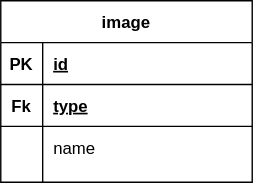
This is database.svg from Roman-cpp/site_branko, a draw.io export, as it was before one commit. Source tidied: cells renumbered, new cells last; positions are measured from the earlier drawing's top-left corner, leaving out a move shared by most shapes. Its diagram source:
```xml
<mxGraphModel>
  <root>
    <mxCell id="0" />
    <mxCell id="1" parent="0" />
    <mxCell id="2" value="image" style="shape=table;startSize=30;rowLines=0;fontStyle=1;align=center;" parent="1" vertex="1">
      <mxGeometry width="180" height="130" as="geometry" />
    </mxCell>
    <mxCell id="3" style="shape=partialRectangle;fillColor=none;top=0;left=0;bottom=1;right=0;" parent="2" vertex="1">
      <mxGeometry y="30" width="180" height="30" as="geometry" />
    </mxCell>
    <mxCell id="4" value="PK" style="shape=partialRectangle;fillColor=none;top=0;left=0;bottom=0;right=0;fontStyle=1;overflow=hidden;" parent="3" vertex="1">
      <mxGeometry width="30" height="30" as="geometry" />
    </mxCell>
    <mxCell id="5" value="id" style="shape=partialRectangle;fillColor=none;top=0;left=0;bottom=0;right=0;align=left;spacingLeft=6;fontStyle=5;overflow=hidden;" parent="3" vertex="1">
      <mxGeometry x="30" width="150" height="30" as="geometry" />
    </mxCell>
    <mxCell id="6" style="shape=partialRectangle;fillColor=none;top=0;left=0;bottom=1;right=0;" parent="2" vertex="1">
      <mxGeometry y="60" width="180" height="30" as="geometry" />
    </mxCell>
    <mxCell id="7" value="Fk" style="shape=partialRectangle;fillColor=none;top=0;left=0;bottom=0;right=0;fontStyle=1;overflow=hidden;" parent="6" vertex="1">
      <mxGeometry width="30" height="30" as="geometry" />
    </mxCell>
    <mxCell id="8" value="type" style="shape=partialRectangle;fillColor=none;top=0;left=0;bottom=0;right=0;align=left;spacingLeft=6;fontStyle=5;overflow=hidden;" parent="6" vertex="1">
      <mxGeometry x="30" width="150" height="30" as="geometry" />
    </mxCell>
    <mxCell id="9" style="shape=partialRectangle;fillColor=none;top=0;left=0;bottom=0;right=0;" parent="2" vertex="1">
      <mxGeometry y="90" width="180" height="30" as="geometry" />
    </mxCell>
    <mxCell id="10" style="shape=partialRectangle;fillColor=none;top=0;left=0;bottom=0;right=0;overflow=hidden;" parent="9" vertex="1">
      <mxGeometry width="30" height="30" as="geometry" />
    </mxCell>
    <mxCell id="11" value="name" style="shape=partialRectangle;fillColor=none;top=0;left=0;bottom=0;right=0;align=left;spacingLeft=6;overflow=hidden;" parent="9" vertex="1">
      <mxGeometry x="30" width="150" height="30" as="geometry" />
    </mxCell>
  </root>
</mxGraphModel>
```
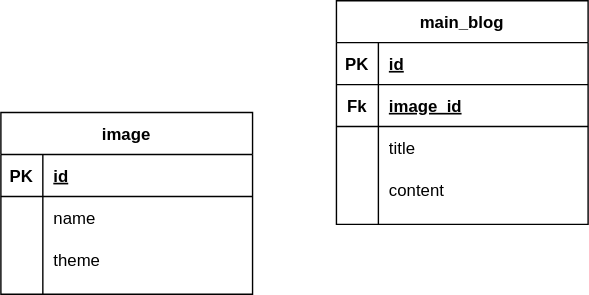
Later version of the same file.

Diff of the diagram source:
```diff
@@ -14,17 +14,8 @@
     <mxCell id="5" value="id" style="shape=partialRectangle;fillColor=none;top=0;left=0;bottom=0;right=0;align=left;spacingLeft=6;fontStyle=5;overflow=hidden;" parent="3" vertex="1">
       <mxGeometry x="30" width="150" height="30" as="geometry" />
     </mxCell>
-    <mxCell id="6" style="shape=partialRectangle;fillColor=none;top=0;left=0;bottom=1;right=0;" parent="2" vertex="1">
-      <mxGeometry y="60" width="180" height="30" as="geometry" />
-    </mxCell>
-    <mxCell id="7" value="Fk" style="shape=partialRectangle;fillColor=none;top=0;left=0;bottom=0;right=0;fontStyle=1;overflow=hidden;" parent="6" vertex="1">
-      <mxGeometry width="30" height="30" as="geometry" />
-    </mxCell>
-    <mxCell id="8" value="type" style="shape=partialRectangle;fillColor=none;top=0;left=0;bottom=0;right=0;align=left;spacingLeft=6;fontStyle=5;overflow=hidden;" parent="6" vertex="1">
-      <mxGeometry x="30" width="150" height="30" as="geometry" />
-    </mxCell>
     <mxCell id="9" style="shape=partialRectangle;fillColor=none;top=0;left=0;bottom=0;right=0;" parent="2" vertex="1">
-      <mxGeometry y="90" width="180" height="30" as="geometry" />
+      <mxGeometry y="60" width="180" height="30" as="geometry" />
     </mxCell>
     <mxCell id="10" style="shape=partialRectangle;fillColor=none;top=0;left=0;bottom=0;right=0;overflow=hidden;" parent="9" vertex="1">
       <mxGeometry width="30" height="30" as="geometry" />
@@ -32,5 +23,53 @@
     <mxCell id="11" value="name" style="shape=partialRectangle;fillColor=none;top=0;left=0;bottom=0;right=0;align=left;spacingLeft=6;overflow=hidden;" parent="9" vertex="1">
       <mxGeometry x="30" width="150" height="30" as="geometry" />
     </mxCell>
+    <mxCell id="12" style="shape=partialRectangle;fillColor=none;top=0;left=0;bottom=0;right=0;" parent="2" vertex="1">
+      <mxGeometry y="90" width="180" height="30" as="geometry" />
+    </mxCell>
+    <mxCell id="13" style="shape=partialRectangle;fillColor=none;top=0;left=0;bottom=0;right=0;overflow=hidden;" parent="12" vertex="1">
+      <mxGeometry width="30" height="30" as="geometry" />
+    </mxCell>
+    <mxCell id="14" value="theme" style="shape=partialRectangle;fillColor=none;top=0;left=0;bottom=0;right=0;align=left;spacingLeft=6;overflow=hidden;" parent="12" vertex="1">
+      <mxGeometry x="30" width="150" height="30" as="geometry" />
+    </mxCell>
+    <mxCell id="15" value="main_blog" style="shape=table;startSize=30;rowLines=0;fontStyle=1;align=center;" parent="1" vertex="1">
+      <mxGeometry x="240" y="-80" width="180" height="160" as="geometry" />
+    </mxCell>
+    <mxCell id="16" style="shape=partialRectangle;fillColor=none;top=0;left=0;bottom=1;right=0;" parent="15" vertex="1">
+      <mxGeometry y="30" width="180" height="30" as="geometry" />
+    </mxCell>
+    <mxCell id="17" value="PK" style="shape=partialRectangle;fillColor=none;top=0;left=0;bottom=0;right=0;fontStyle=1;overflow=hidden;" parent="16" vertex="1">
+      <mxGeometry width="30" height="30" as="geometry" />
+    </mxCell>
+    <mxCell id="18" value="id" style="shape=partialRectangle;fillColor=none;top=0;left=0;bottom=0;right=0;align=left;spacingLeft=6;fontStyle=5;overflow=hidden;" parent="16" vertex="1">
+      <mxGeometry x="30" width="150" height="30" as="geometry" />
+    </mxCell>
+    <mxCell id="6" style="shape=partialRectangle;fillColor=none;top=0;left=0;bottom=1;right=0;" parent="15" vertex="1">
+      <mxGeometry y="60" width="180" height="30" as="geometry" />
+    </mxCell>
+    <mxCell id="7" value="Fk" style="shape=partialRectangle;fillColor=none;top=0;left=0;bottom=0;right=0;fontStyle=1;overflow=hidden;" parent="6" vertex="1">
+      <mxGeometry width="30" height="30" as="geometry" />
+    </mxCell>
+    <mxCell id="19" value="image_id" style="shape=partialRectangle;fillColor=none;top=0;left=0;bottom=0;right=0;align=left;spacingLeft=6;fontStyle=5;overflow=hidden;" parent="6" vertex="1">
+      <mxGeometry x="30" width="150" height="30" as="geometry" />
+    </mxCell>
+    <mxCell id="20" style="shape=partialRectangle;fillColor=none;top=0;left=0;bottom=0;right=0;" parent="15" vertex="1">
+      <mxGeometry y="90" width="180" height="30" as="geometry" />
+    </mxCell>
+    <mxCell id="21" style="shape=partialRectangle;fillColor=none;top=0;left=0;bottom=0;right=0;overflow=hidden;" parent="20" vertex="1">
+      <mxGeometry width="30" height="30" as="geometry" />
+    </mxCell>
+    <mxCell id="22" value="title" style="shape=partialRectangle;fillColor=none;top=0;left=0;bottom=0;right=0;align=left;spacingLeft=6;overflow=hidden;" parent="20" vertex="1">
+      <mxGeometry x="30" width="150" height="30" as="geometry" />
+    </mxCell>
+    <mxCell id="23" style="shape=partialRectangle;fillColor=none;top=0;left=0;bottom=0;right=0;" parent="15" vertex="1">
+      <mxGeometry y="120" width="180" height="30" as="geometry" />
+    </mxCell>
+    <mxCell id="24" style="shape=partialRectangle;fillColor=none;top=0;left=0;bottom=0;right=0;overflow=hidden;" parent="23" vertex="1">
+      <mxGeometry width="30" height="30" as="geometry" />
+    </mxCell>
+    <mxCell id="25" value="content" style="shape=partialRectangle;fillColor=none;top=0;left=0;bottom=0;right=0;align=left;spacingLeft=6;overflow=hidden;" parent="23" vertex="1">
+      <mxGeometry x="30" width="150" height="30" as="geometry" />
+    </mxCell>
   </root>
 </mxGraphModel>
```
